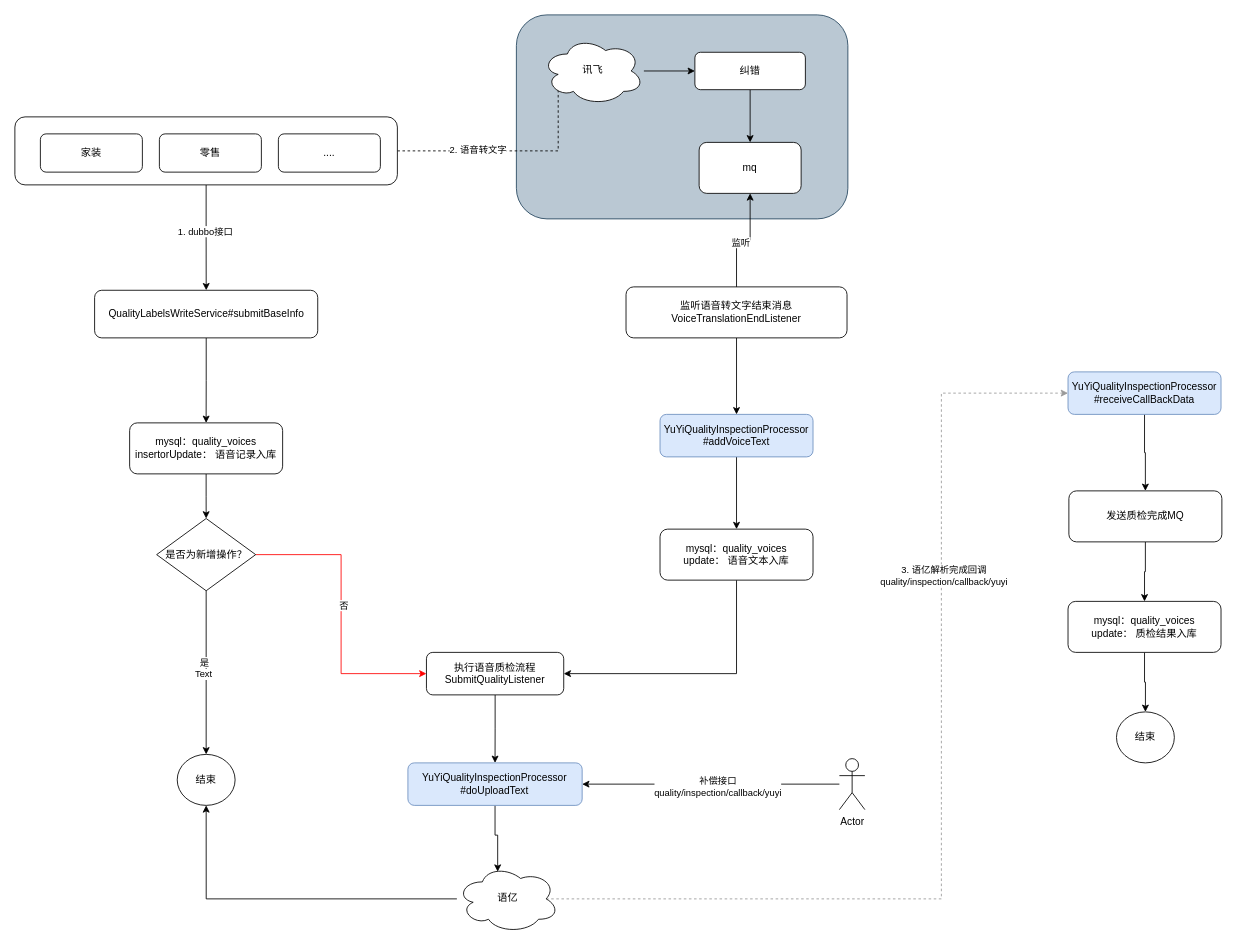
The draw.io diagram 语忆梳理.drawio in 330129161/draw.io, before the edit. Source tidied: cells renumbered, new cells numbered last; positions are measured from the earlier drawing's top-left corner, leaving out a move shared by most shapes. Both pictures are drawn from the tidied source at 85%, with x=0, y=0 at pixel (14, 14).
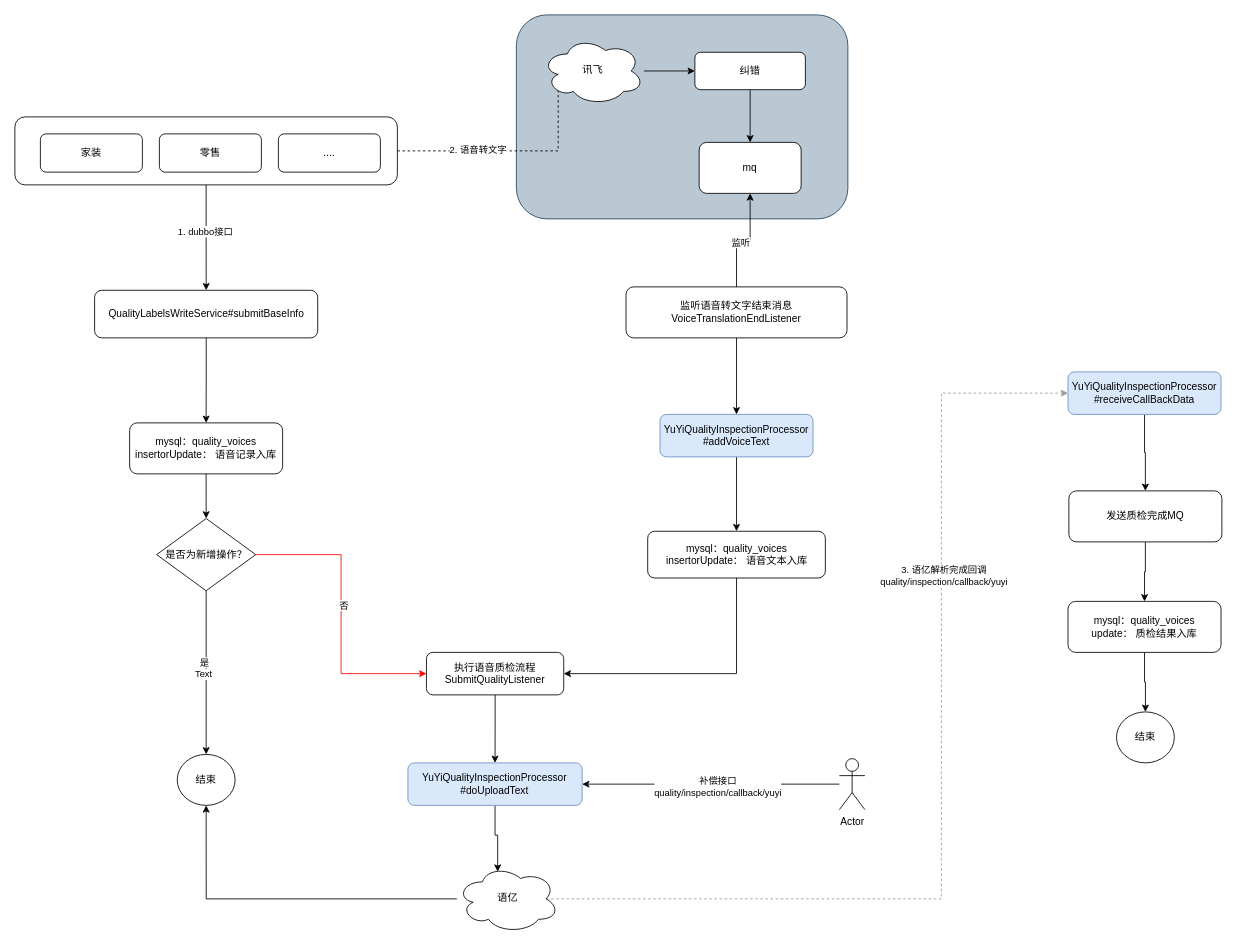
The same diagram, later.

Commit message:
更新语忆梳理.drawio

The edit, as a diff of the source:
```diff
@@
-    <mxCell id="24" value="&lt;div style=&quot;&quot;&gt;mysql：quality_voices&lt;br&gt;&lt;/div&gt;&lt;div style=&quot;&quot;&gt;update： 语音文本入库&lt;/div&gt;" style="rounded=1;whiteSpace=wrap;html=1;fillColor=#FFFFFF;strokeColor=#000000;" parent="1" vertex="1">
-      <mxGeometry x="759" y="605" width="180" height="60" as="geometry" />
+    <mxCell id="24" value="&lt;div style=&quot;&quot;&gt;mysql：quality_voices&lt;br&gt;&lt;/div&gt;insertorUpdate&lt;span style=&quot;background-color: initial;&quot;&gt;： 语音文本入库&lt;/span&gt;" style="rounded=1;whiteSpace=wrap;html=1;fillColor=#FFFFFF;strokeColor=#000000;" parent="1" vertex="1">
+      <mxGeometry x="744.5" y="607.5" width="209" height="55" as="geometry" />
     </mxCell>
```
